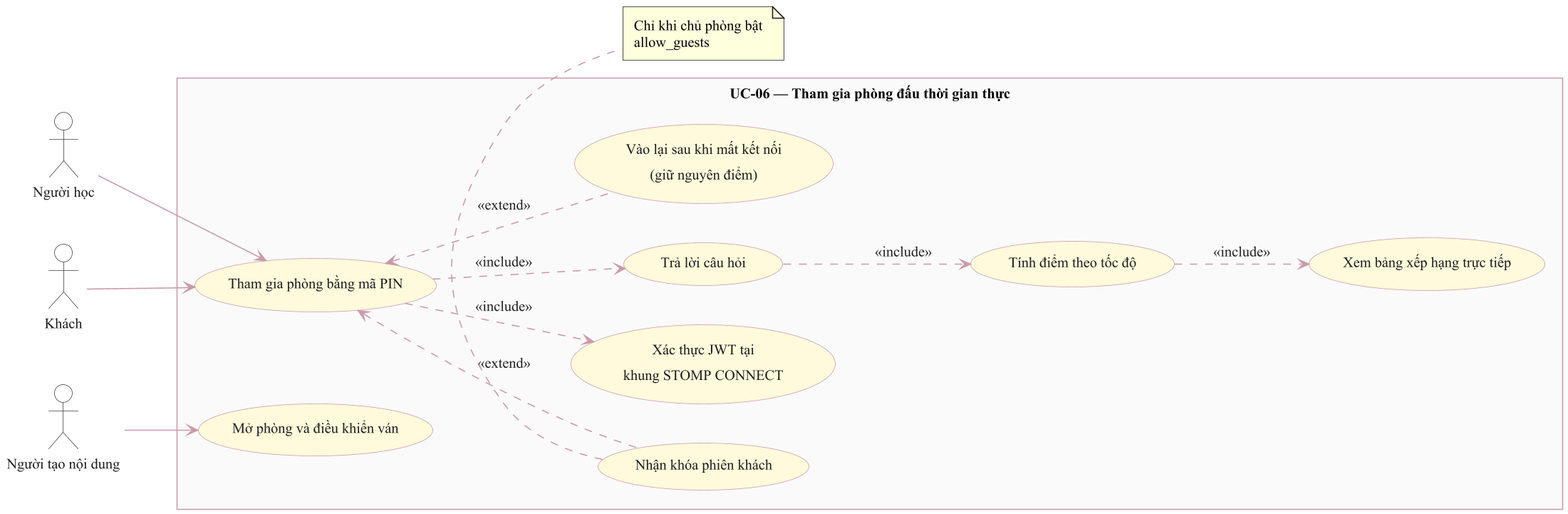
Earlier version of the PlantUML export bao-cao-datn/assets/hinh-2.9.png (NguyenDuc2004/QUIZ-TRIVIA).
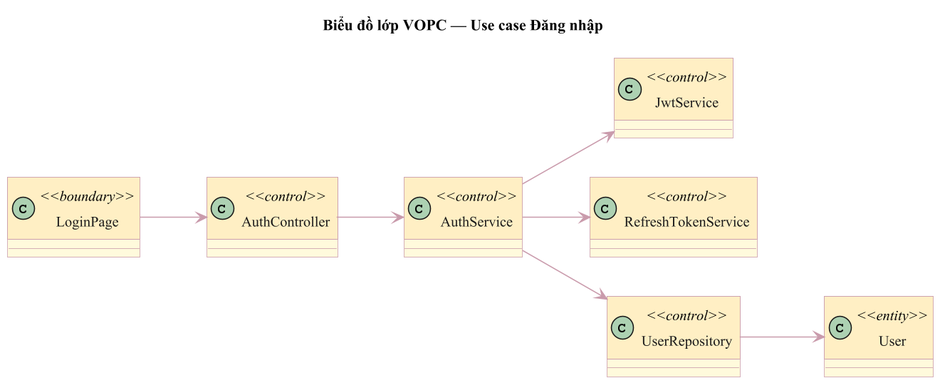
Above is the later version.

Diff of the diagram source:
```diff
@@ -63,31 +63,21 @@
   ABorderColor #C99AAB
 }
 
+title Biểu đồ lớp VOPC — Use case Đăng nhập
 left to right direction
-actor "Người học" as L
-actor "Khách" as G
-actor "Người tạo nội dung" as C
-rectangle "UC-06 — Tham gia phòng đấu thời gian thực" {
-  usecase "Tham gia phòng bằng mã PIN" as U1
-  usecase "Xác thực JWT tại\nkhung STOMP CONNECT" as U2
-  usecase "Nhận khóa phiên khách" as U3
-  usecase "Trả lời câu hỏi" as U4
-  usecase "Tính điểm theo tốc độ" as U5
-  usecase "Xem bảng xếp hạng trực tiếp" as U6
-  usecase "Mở phòng và điều khiển ván" as U7
-  usecase "Vào lại sau khi mất kết nối\n(giữ nguyên điểm)" as U8
-}
-L --> U1
-G --> U1
-C --> U7
-U1 ..> U2 : <<include>>
-U1 ..> U4 : <<include>>
-U4 ..> U5 : <<include>>
-U5 ..> U6 : <<include>>
-U3 .up.> U1 : <<extend>>
-U8 .up.> U1 : <<extend>>
-note bottom of U3
-  Chỉ khi chủ phòng bật
-  allow_guests
-end note
+
+class LoginPage <<boundary>>
+class AuthController <<control>>
+class AuthService <<control>>
+class JwtService <<control>>
+class RefreshTokenService <<control>>
+class User <<entity>>
+class UserRepository <<control>>
+
+LoginPage --> AuthController
+AuthController --> AuthService
+AuthService --> UserRepository
+UserRepository --> User
+AuthService --> JwtService
+AuthService --> RefreshTokenService
 @enduml
```
